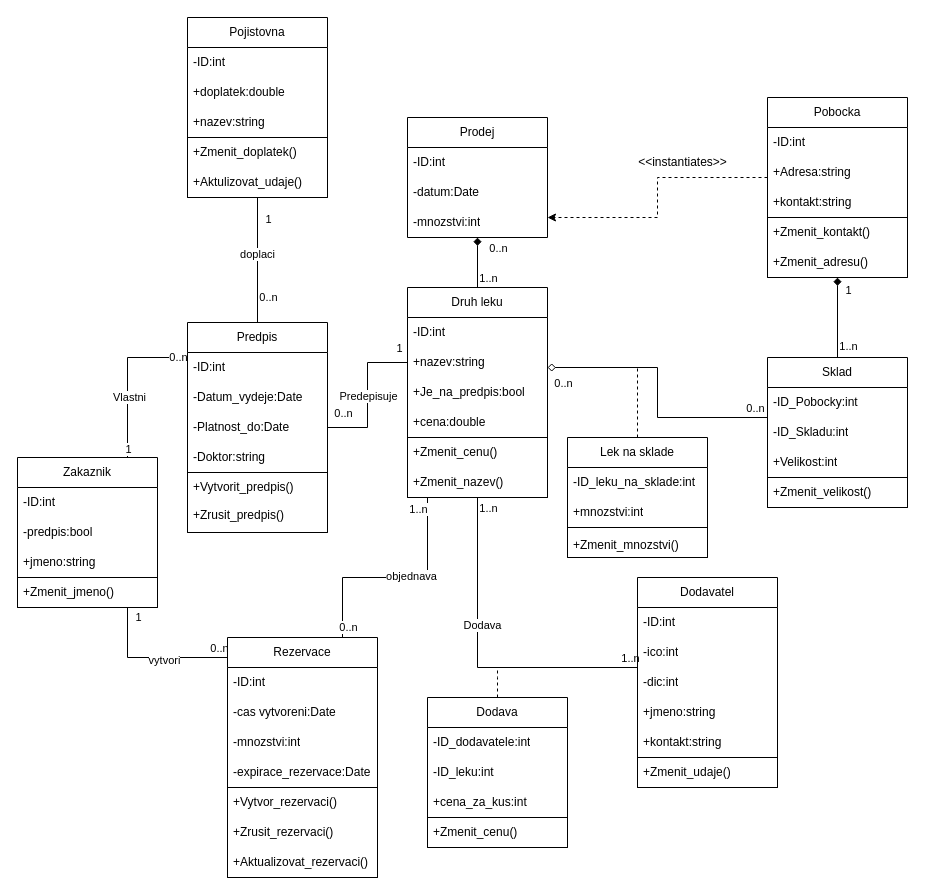
The draw.io diagram IUS projekt diagram trid.drawio in tada66/IUS-projekt, before the edit. Source tidied: cells renumbered, new cells numbered last; positions are measured from the earlier drawing's top-left corner, leaving out a move shared by most shapes. Both pictures are drawn from the tidied source at 100%, with x=0, y=0 at pixel (17, 17).
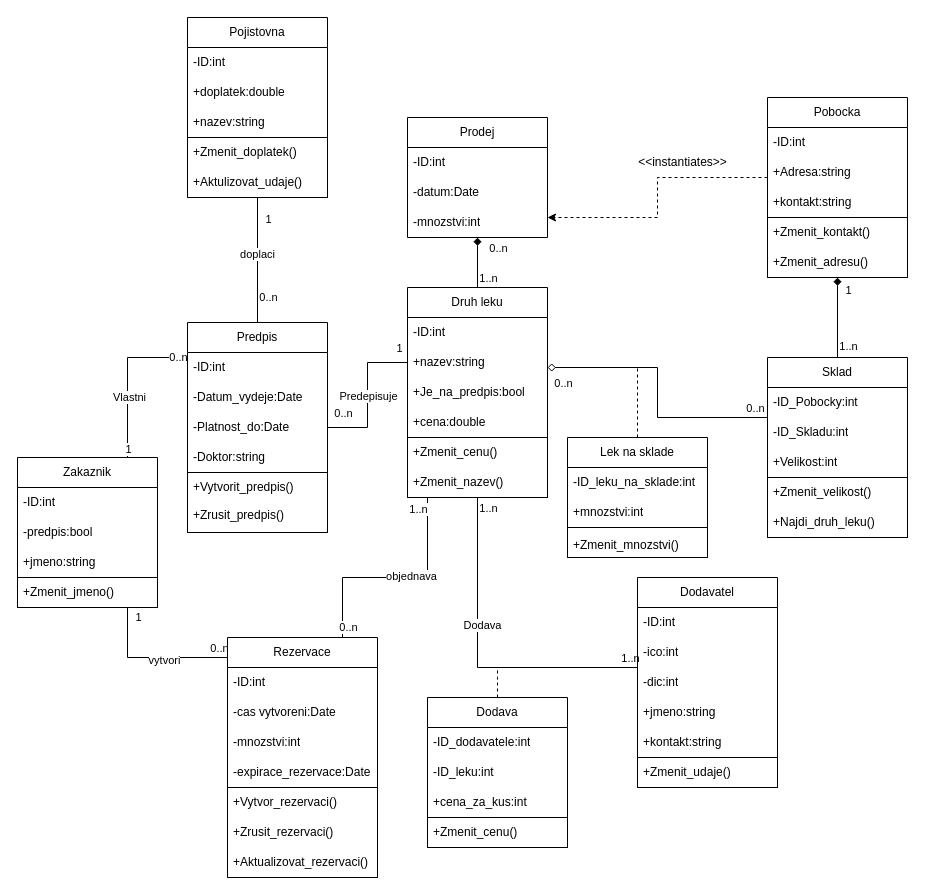
The same page after the edit.

Commit message:
update diagram trid

bullshit

Diff of the diagram source:
```diff
@@
     <mxCell id="27" value="Sklad" style="swimlane;fontStyle=0;horizontal=1;startSize=30;whiteSpace=wrap;html=1;" parent="1" vertex="1">
-      <mxGeometry x="750" y="340" width="140" height="150" as="geometry" />
+      <mxGeometry x="750" y="340" width="140" height="180" as="geometry" />
     </mxCell>
@@
     <mxCell id="31" style="swimlane;startSize=0;" parent="27" vertex="1">
-      <mxGeometry y="120" width="140" height="30" as="geometry" />
+      <mxGeometry y="120" width="140" height="60" as="geometry" />
     </mxCell>
@@
+    <mxCell id="113" value="+Najdi_druh_leku()" style="text;strokeColor=none;fillColor=none;align=left;verticalAlign=middle;spacingLeft=4;spacingRight=4;overflow=hidden;whiteSpace=wrap;html=1;" parent="31" vertex="1">
+      <mxGeometry y="30" width="140" height="30" as="geometry" />
+    </mxCell>
```
